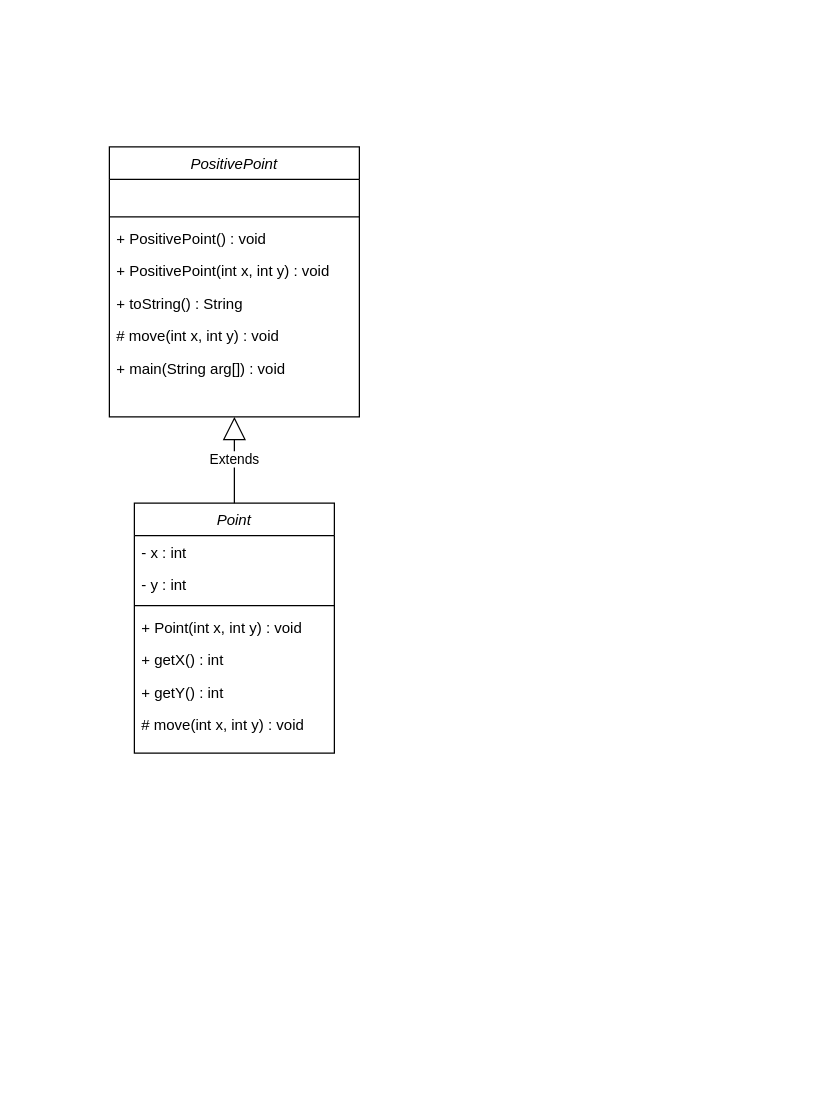
This is 5장 과제.drawio from skatld123/NSH, a draw.io file, before an edit. Source tidied: cells renumbered, new cells numbered last; positions are measured from the earlier drawing's top-left corner, leaving out a move shared by most shapes. Both pictures are drawn from the tidied source at 125%, with x=0, y=0 at pixel (109, 146).
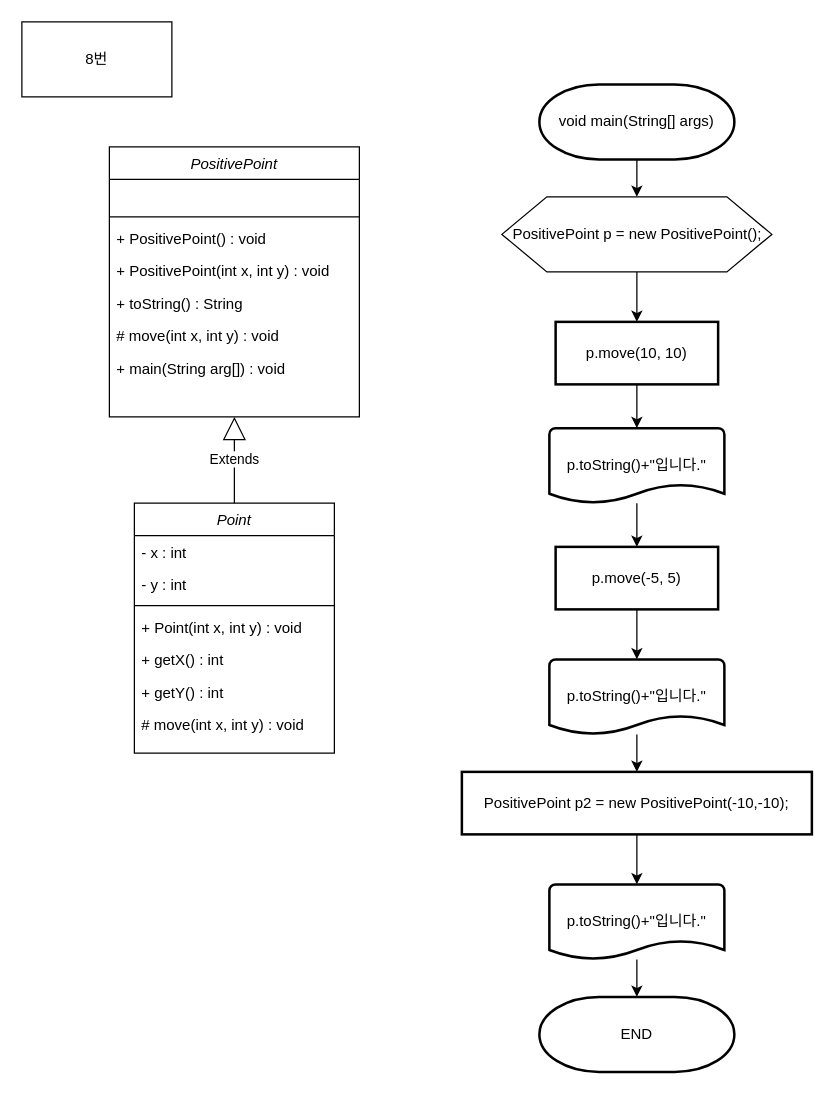
After the change.

Commit message (it also covers changes not shown here):
5장 과제.drawio 업데이트

Change to the diagram source:
```diff
@@
+    <mxCell id="19" style="edgeStyle=orthogonalEdgeStyle;rounded=0;jettySize=auto;html=1;" parent="1" edge="1" source="20" target="22">
+      <mxGeometry relative="1" as="geometry" />
+    </mxCell>
+    <mxCell id="20" value="void main(String[] args)" style="strokeWidth=2;html=1;shape=mxgraph.flowchart.terminator;whiteSpace=wrap;align=center;" parent="1" vertex="1">
+      <mxGeometry x="344" y="-50" width="156" height="60" as="geometry" />
+    </mxCell>
+    <mxCell id="21" style="edgeStyle=orthogonalEdgeStyle;rounded=0;jettySize=auto;html=1;" parent="1" edge="1" source="22" target="24">
+      <mxGeometry relative="1" as="geometry" />
+    </mxCell>
+    <mxCell id="22" value="PositivePoint p = new PositivePoint();" style="verticalLabelPosition=middle;verticalAlign=middle;html=1;shape=hexagon;perimeter=hexagonPerimeter2;arcSize=6;size=0.16666666666666666;align=center;labelPosition=center;" parent="1" vertex="1">
+      <mxGeometry x="314" y="40" width="216" height="60" as="geometry" />
+    </mxCell>
+    <mxCell id="23" style="edgeStyle=orthogonalEdgeStyle;rounded=0;jettySize=auto;html=1;" parent="1" edge="1" source="24" target="30">
+      <mxGeometry relative="1" as="geometry" />
+    </mxCell>
+    <mxCell id="24" value="p.move(10, 10)" style="rounded=1;whiteSpace=wrap;html=1;absoluteArcSize=1;arcSize=0;strokeWidth=2;align=center;" parent="1" vertex="1">
+      <mxGeometry x="357" y="140" width="130" height="50" as="geometry" />
+    </mxCell>
+    <mxCell id="25" style="edgeStyle=orthogonalEdgeStyle;rounded=0;jettySize=auto;html=1;" parent="1" edge="1" source="26" target="32">
+      <mxGeometry relative="1" as="geometry" />
+    </mxCell>
+    <mxCell id="26" value="p.move(-5, 5)" style="rounded=1;whiteSpace=wrap;html=1;absoluteArcSize=1;arcSize=0;strokeWidth=2;align=center;" parent="1" vertex="1">
+      <mxGeometry x="357" y="320" width="130" height="50" as="geometry" />
+    </mxCell>
+    <mxCell id="27" style="edgeStyle=orthogonalEdgeStyle;rounded=0;jettySize=auto;html=1;" parent="1" edge="1" source="28" target="34">
+      <mxGeometry relative="1" as="geometry" />
+    </mxCell>
+    <mxCell id="28" value="PositivePoint p2 = new PositivePoint(-10,-10);" style="rounded=1;whiteSpace=wrap;html=1;absoluteArcSize=1;arcSize=0;strokeWidth=2;align=center;" parent="1" vertex="1">
+      <mxGeometry x="282" y="500" width="280" height="50" as="geometry" />
+    </mxCell>
+    <mxCell id="29" style="edgeStyle=orthogonalEdgeStyle;rounded=0;jettySize=auto;html=1;" parent="1" edge="1" source="30" target="26">
+      <mxGeometry relative="1" as="geometry" />
+    </mxCell>
+    <mxCell id="30" value="p.toString()+&quot;입니다.&quot;" style="strokeWidth=2;html=1;shape=mxgraph.flowchart.document2;whiteSpace=wrap;size=0.25;align=center;" parent="1" vertex="1">
+      <mxGeometry x="352" y="225" width="140" height="60" as="geometry" />
+    </mxCell>
+    <mxCell id="31" style="edgeStyle=orthogonalEdgeStyle;rounded=0;jettySize=auto;html=1;" parent="1" edge="1" source="32" target="28">
+      <mxGeometry relative="1" as="geometry" />
+    </mxCell>
+    <mxCell id="32" value="p.toString()+&quot;입니다.&quot;" style="strokeWidth=2;html=1;shape=mxgraph.flowchart.document2;whiteSpace=wrap;size=0.25;align=center;" parent="1" vertex="1">
+      <mxGeometry x="352" y="410" width="140" height="60" as="geometry" />
+    </mxCell>
+    <mxCell id="33" style="edgeStyle=orthogonalEdgeStyle;rounded=0;jettySize=auto;html=1;" parent="1" edge="1" source="34" target="35">
+      <mxGeometry relative="1" as="geometry" />
+    </mxCell>
+    <mxCell id="34" value="p.toString()+&quot;입니다.&quot;" style="strokeWidth=2;html=1;shape=mxgraph.flowchart.document2;whiteSpace=wrap;size=0.25;align=center;" parent="1" vertex="1">
+      <mxGeometry x="352" y="590" width="140" height="60" as="geometry" />
+    </mxCell>
+    <mxCell id="35" value="END" style="strokeWidth=2;html=1;shape=mxgraph.flowchart.terminator;whiteSpace=wrap;align=center;" parent="1" vertex="1">
+      <mxGeometry x="344" y="680" width="156" height="60" as="geometry" />
+    </mxCell>
+    <mxCell id="36" value="8번" style="rounded=0;whiteSpace=wrap;html=1;align=center;" parent="1" vertex="1">
+      <mxGeometry x="-70" y="-100" width="120" height="60" as="geometry" />
+    </mxCell>
```
